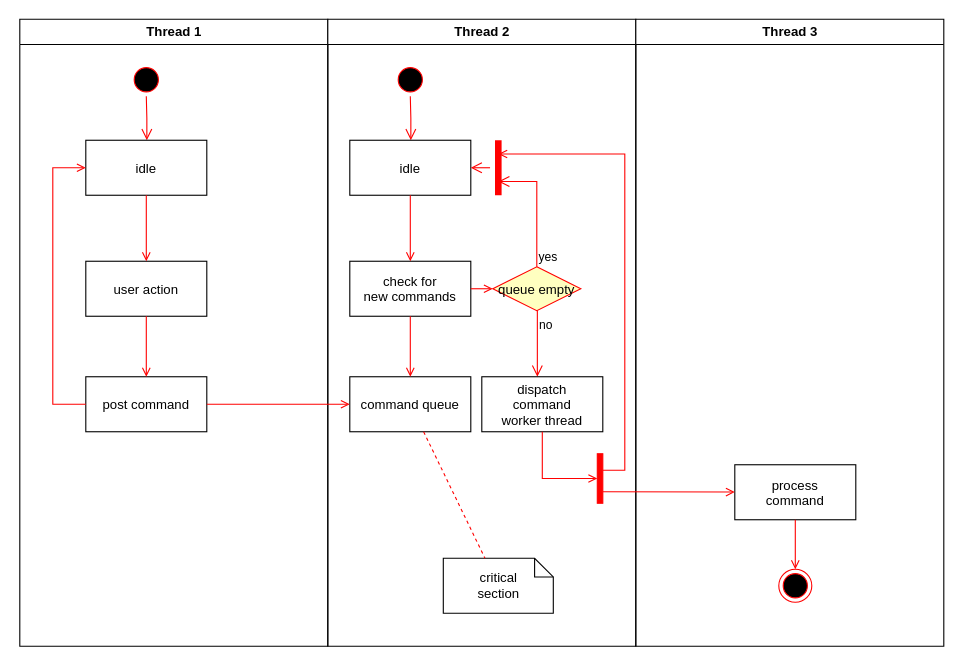
This is draw_io/AD.drawio from Dimj1k/Works, a draw.io file, before an edit. Source tidied: cells renumbered, new cells numbered last; positions are measured from the earlier drawing's top-left corner, leaving out a move shared by most shapes. Both pictures are drawn from the tidied source at 110%, with x=0, y=0 at pixel (19, 19).
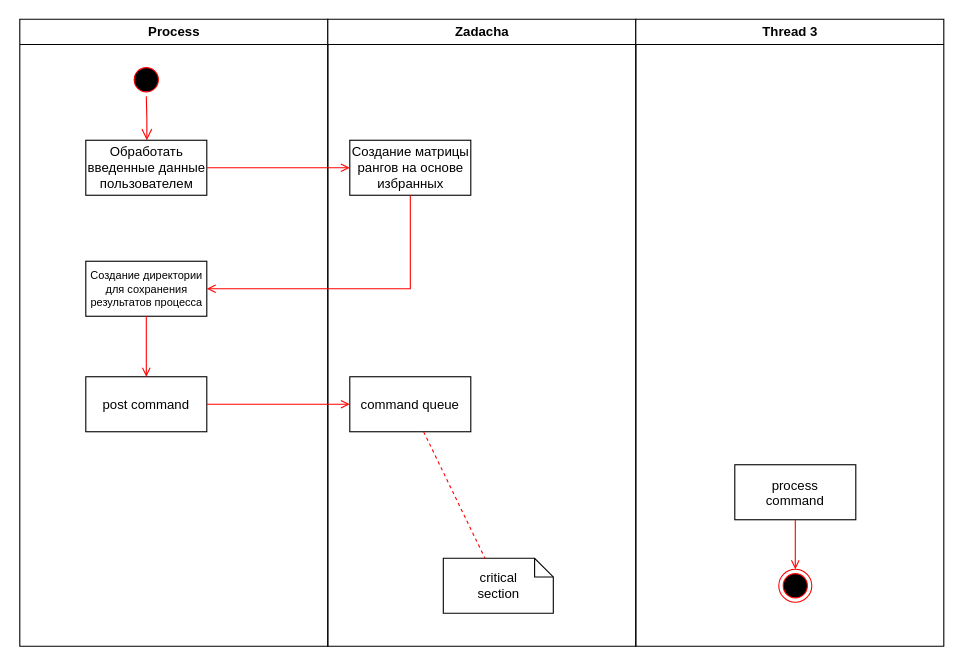
The same diagram, later.

Unchanged cells that the change refers to:
```xml
<mxCell id="8" value="post command" parent="2" vertex="1">
  <mxGeometry x="60" y="325" width="110" height="50" as="geometry" />
</mxCell>
<mxCell id="17" value="command queue" parent="11" vertex="1">
  <mxGeometry x="20" y="325" width="110" height="50" as="geometry" />
</mxCell>
<mxCell id="30" value="Thread 3" style="swimlane;whiteSpace=wrap;" parent="1" vertex="1">
  <mxGeometry x="560.5" width="280" height="570" as="geometry" />
</mxCell>
<mxCell id="31" value="process&#10;command" parent="30" vertex="1">
  <mxGeometry x="90" y="405" width="110" height="50" as="geometry" />
</mxCell>
```

The edit, as a diff of the source:
```diff
@@
-    <mxCell id="2" value="Thread 1" style="swimlane;whiteSpace=wrap;" parent="1" vertex="1">
+    <mxCell id="2" value="Process" style="swimlane;whiteSpace=wrap;startSize=23;" parent="1" vertex="1">
       <mxGeometry x="0.5" width="280" height="570" as="geometry" />
     </mxCell>
@@
-    <mxCell id="5" value="idle" parent="2" vertex="1">
+    <mxCell id="5" value="Обработать введенные данные пользователем" style="horizontal=1;whiteSpace=wrap;" parent="2" vertex="1">
       <mxGeometry x="60" y="110" width="110" height="50" as="geometry" />
     </mxCell>
-    <mxCell id="6" value="user action" parent="2" vertex="1">
+    <mxCell id="6" value="Создание директории для сохранения результатов процесса" style="whiteSpace=wrap;fontSize=10;" parent="2" vertex="1">
       <mxGeometry x="60" y="220" width="110" height="50" as="geometry" />
     </mxCell>
-    <mxCell id="7" style="endArrow=open;strokeColor=#FF0000;endFill=1;rounded=0;" parent="2" edge="1" source="5" target="6">
-      <mxGeometry relative="1" as="geometry" />
-    </mxCell>
@@
-    <mxCell id="10" style="edgeStyle=elbowEdgeStyle;elbow=horizontal;strokeColor=#FF0000;endArrow=open;endFill=1;rounded=0;" parent="2" edge="1" source="8" target="5">
-      <mxGeometry relative="1" as="geometry">
-        <Array as="points">
-          <mxPoint x="30" y="250" />
-        </Array>
-      </mxGeometry>
-    </mxCell>
-    <mxCell id="11" value="Thread 2" style="swimlane;whiteSpace=wrap;" parent="1" vertex="1">
+    <mxCell id="11" value="Zadacha" style="swimlane;whiteSpace=wrap;" parent="1" vertex="1">
       <mxGeometry x="280.5" width="280" height="570" as="geometry" />
     </mxCell>
-    <mxCell id="12" style="ellipse;shape=startState;fillColor=#000000;strokeColor=#ff0000;" parent="11" vertex="1">
-      <mxGeometry x="60" y="40" width="30" height="30" as="geometry" />
-    </mxCell>
-    <mxCell id="13" style="edgeStyle=elbowEdgeStyle;elbow=horizontal;verticalAlign=bottom;endArrow=open;endSize=8;strokeColor=#FF0000;endFill=1;rounded=0;" parent="11" edge="1" source="12" target="14">
-      <mxGeometry x="40" y="20" as="geometry" />
-    </mxCell>
-    <mxCell id="14" value="idle" parent="11" vertex="1">
+    <mxCell id="14" value="Создание матрицы рангов на основе избранных" style="whiteSpace=wrap;fontSize=12;" parent="11" vertex="1">
       <mxGeometry x="20" y="110" width="110" height="50" as="geometry" />
     </mxCell>
-    <mxCell id="15" value="check for &#10;new commands" parent="11" vertex="1">
-      <mxGeometry x="20" y="220" width="110" height="50" as="geometry" />
-    </mxCell>
-    <mxCell id="16" style="endArrow=open;strokeColor=#FF0000;endFill=1;rounded=0;" parent="11" edge="1" source="14" target="15">
-      <mxGeometry relative="1" as="geometry" />
-    </mxCell>
@@
-    <mxCell id="18" style="endArrow=open;strokeColor=#FF0000;endFill=1;rounded=0;" parent="11" edge="1" source="15" target="17">
-      <mxGeometry relative="1" as="geometry" />
-    </mxCell>
-    <mxCell id="19" value="queue empty" style="rhombus;fillColor=#ffffc0;strokeColor=#ff0000;" parent="11" vertex="1">
-      <mxGeometry x="150" y="225" width="80" height="40" as="geometry" />
-    </mxCell>
-    <mxCell id="20" value="yes" style="edgeStyle=elbowEdgeStyle;elbow=horizontal;align=left;verticalAlign=bottom;endArrow=open;endSize=8;strokeColor=#FF0000;exitX=0.5;exitY=0;endFill=1;rounded=0;entryX=0.75;entryY=0.5;entryPerimeter=0;" parent="11" edge="1" source="19" target="23">
-      <mxGeometry x="-1" relative="1" as="geometry">
-        <Array as="points">
-          <mxPoint x="190" y="180" />
-        </Array>
-      </mxGeometry>
-    </mxCell>
-    <mxCell id="21" value="no" style="edgeStyle=elbowEdgeStyle;elbow=horizontal;align=left;verticalAlign=top;endArrow=open;endSize=8;strokeColor=#FF0000;endFill=1;rounded=0;" parent="11" edge="1" source="19" target="25">
-      <mxGeometry x="-1" relative="1" as="geometry" />
-    </mxCell>
-    <mxCell id="22" style="endArrow=open;strokeColor=#FF0000;endFill=1;rounded=0;" parent="11" edge="1" source="15" target="19">
-      <mxGeometry relative="1" as="geometry" />
-    </mxCell>
-    <mxCell id="23" style="shape=line;strokeWidth=6;strokeColor=#ff0000;rotation=90;" parent="11" vertex="1">
-      <mxGeometry x="130" y="127.5" width="50" height="15" as="geometry" />
-    </mxCell>
-    <mxCell id="24" style="edgeStyle=elbowEdgeStyle;elbow=horizontal;verticalAlign=bottom;endArrow=open;endSize=8;strokeColor=#FF0000;endFill=1;rounded=0;" parent="11" edge="1" source="23" target="14">
-      <mxGeometry x="130" y="90" as="geometry" />
-    </mxCell>
-    <mxCell id="25" value="dispatch&#10;command&#10;worker thread" parent="11" vertex="1">
-      <mxGeometry x="140" y="325" width="110" height="50" as="geometry" />
-    </mxCell>
@@
-    <mxCell id="28" style="whiteSpace=wrap;strokeColor=#FF0000;fillColor=#FF0000;" parent="11" vertex="1">
-      <mxGeometry x="245" y="395" width="5" height="45" as="geometry" />
-    </mxCell>
-    <mxCell id="29" style="edgeStyle=elbowEdgeStyle;elbow=horizontal;entryX=0;entryY=0.5;strokeColor=#FF0000;endArrow=open;endFill=1;rounded=0;" parent="11" edge="1" source="25" target="28">
-      <mxGeometry relative="1" as="geometry">
-        <Array as="points">
-          <mxPoint x="195" y="400" />
-        </Array>
-      </mxGeometry>
-    </mxCell>
@@
-    <mxCell id="32" style="edgeStyle=elbowEdgeStyle;elbow=horizontal;strokeColor=#FF0000;endArrow=open;endFill=1;rounded=0;entryX=0.25;entryY=0.5;entryPerimeter=0;" parent="30" edge="1" target="23">
-      <mxGeometry relative="1" as="geometry">
-        <mxPoint x="-30" y="410" as="sourcePoint" />
-        <Array as="points">
-          <mxPoint x="-10" y="135" />
-        </Array>
-      </mxGeometry>
-    </mxCell>
-    <mxCell id="33" style="edgeStyle=none;strokeColor=#FF0000;endArrow=open;endFill=1;rounded=0;" parent="30" edge="1" target="31">
-      <mxGeometry relative="1" as="geometry">
-        <mxPoint x="-30" y="429.5" as="sourcePoint" />
-      </mxGeometry>
-    </mxCell>
@@
+    <mxCell id="10" style="elbow=horizontal;strokeColor=#FF0000;endArrow=open;endFill=1;rounded=0;exitX=1;exitY=0.5;exitDx=0;exitDy=0;entryX=0;entryY=0.5;entryDx=0;entryDy=0;" parent="1" edge="1" source="5" target="14">
+      <mxGeometry relative="1" as="geometry" />
+    </mxCell>
+    <mxCell id="16" style="endArrow=open;strokeColor=#FF0000;endFill=1;rounded=0;entryX=1;entryY=0.5;entryDx=0;entryDy=0;edgeStyle=orthogonalEdgeStyle;" parent="1" edge="1" source="14" target="6">
+      <mxGeometry relative="1" as="geometry">
+        <Array as="points">
+          <mxPoint x="356" y="245" />
+        </Array>
+      </mxGeometry>
+    </mxCell>
```
